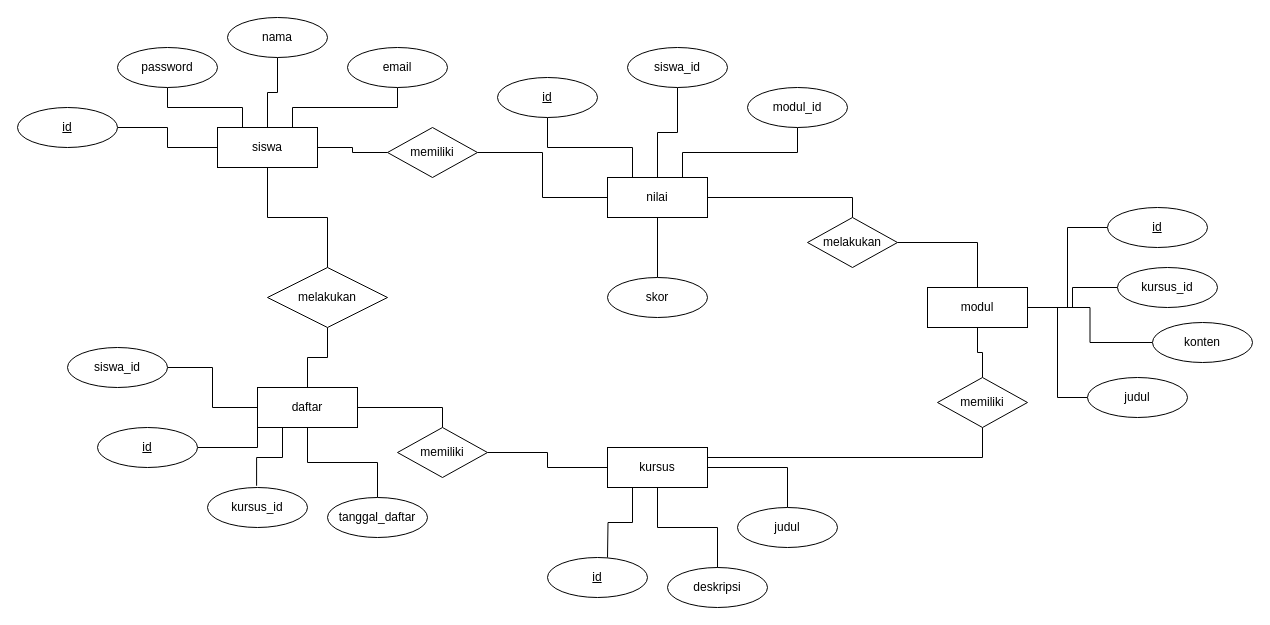
Earlier version of the draw.io diagram docs/erdlms.drawio (rensyuudk/Project_LMS). Source tidied: cells renumbered, new cells numbered last; positions are measured from the earlier drawing's top-left corner, leaving out a move shared by most shapes. Both pictures are drawn from the tidied source at 100%, with x=0, y=0 at pixel (17, 17).
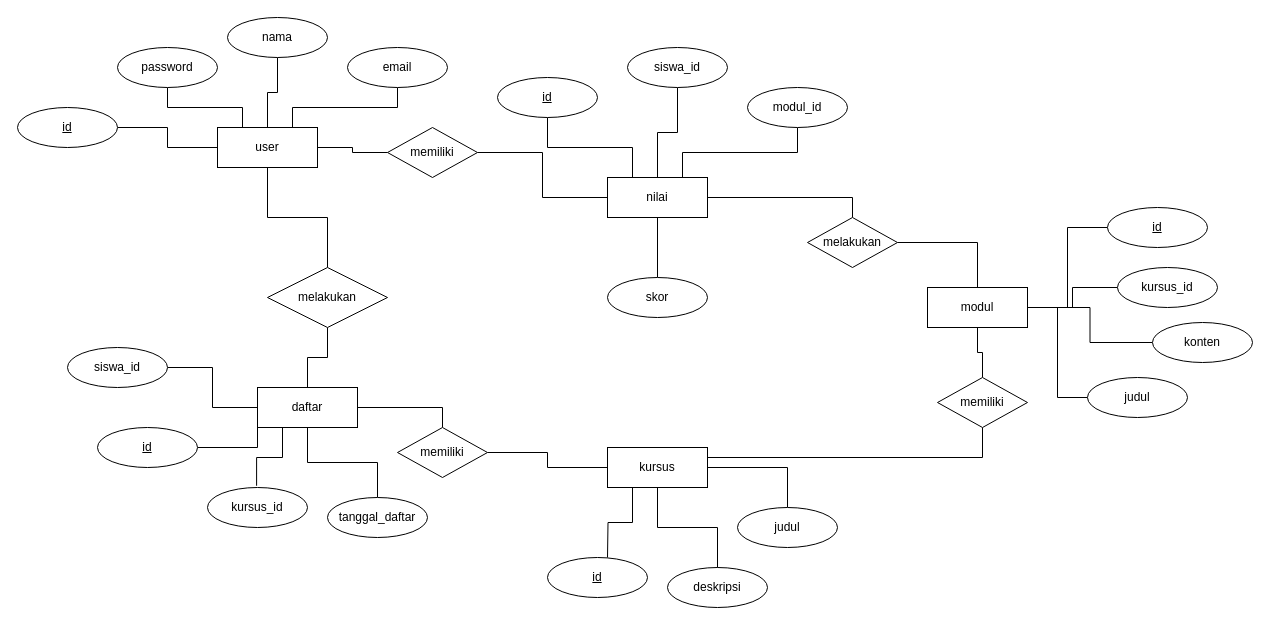
Above is the later version.

Diff of the diagram source:
```diff
@@
-    <mxCell id="8" value="siswa" style="whiteSpace=wrap;html=1;align=center;" parent="1" vertex="1">
+    <mxCell id="8" value="user" style="whiteSpace=wrap;html=1;align=center;" parent="1" vertex="1">
       <mxGeometry x="200" y="110" width="100" height="40" as="geometry" />
     </mxCell>
```
